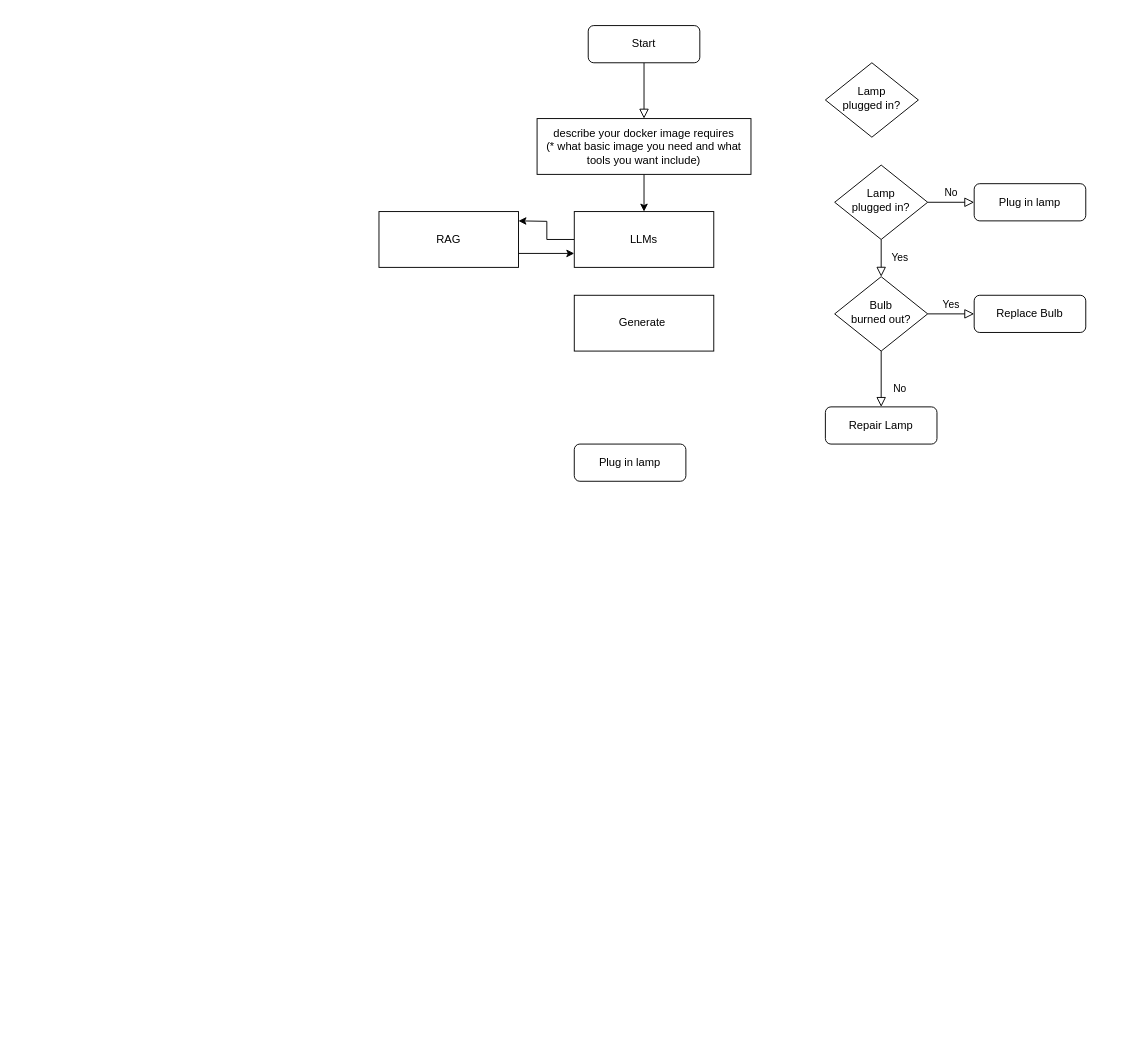
Before: Pipline/Untitled Diagram.drawio in oasisnoehub/DevOps, a draw.io diagram. Source tidied: cells renumbered, new cells numbered last; positions are measured from the earlier drawing's top-left corner, leaving out a move shared by most shapes. Both pictures are drawn from the tidied source at 93%, with x=0, y=0 at pixel (379, 25).
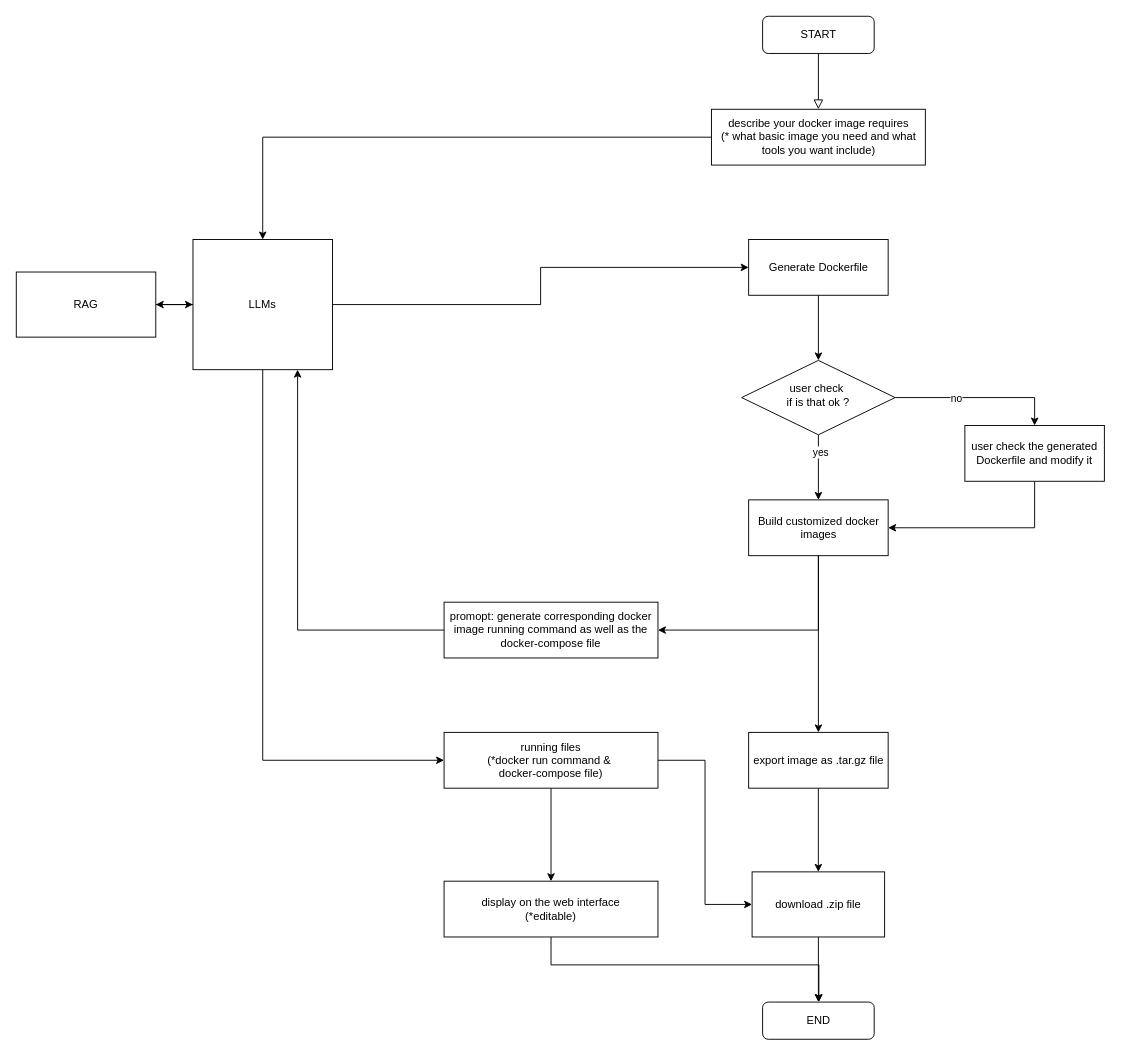
Above is the later version.

Diff of the diagram source:
```diff
@@
-    <mxCell id="3" value="Start" style="rounded=1;whiteSpace=wrap;html=1;fontSize=12;glass=0;strokeWidth=1;shadow=0;" parent="1" vertex="1">
-      <mxGeometry x="225" width="120" height="40" as="geometry" />
+    <mxCell id="3" value="START" style="rounded=1;whiteSpace=wrap;html=1;fontSize=12;glass=0;strokeWidth=1;shadow=0;" parent="1" vertex="1">
+      <mxGeometry x="412.5" y="-10" width="120" height="40" as="geometry" />
     </mxCell>
-    <mxCell id="4" value="Yes" style="rounded=0;html=1;jettySize=auto;fontSize=11;endArrow=block;endFill=0;endSize=8;strokeWidth=1;shadow=0;labelBackgroundColor=none;edgeStyle=orthogonalEdgeStyle;" parent="1" edge="1" source="6" target="10">
-      <mxGeometry y="20" relative="1" as="geometry" />
-    </mxCell>
-    <mxCell id="5" value="No" style="edgeStyle=orthogonalEdgeStyle;rounded=0;html=1;jettySize=auto;fontSize=11;endArrow=block;endFill=0;endSize=8;strokeWidth=1;shadow=0;labelBackgroundColor=none;" parent="1" edge="1" source="6" target="7">
-      <mxGeometry y="10" relative="1" as="geometry" />
-    </mxCell>
-    <mxCell id="6" value="Lamp&lt;br&gt;plugged in?" style="rhombus;whiteSpace=wrap;html=1;shadow=0;fontFamily=Helvetica;fontSize=12;align=center;strokeWidth=1;spacing=6;spacingTop=-4;" parent="1" vertex="1">
-      <mxGeometry x="490" y="150" width="100" height="80" as="geometry" />
-    </mxCell>
-    <mxCell id="7" value="Plug in lamp" style="rounded=1;whiteSpace=wrap;html=1;fontSize=12;glass=0;strokeWidth=1;shadow=0;" parent="1" vertex="1">
-      <mxGeometry x="640" y="170" width="120" height="40" as="geometry" />
-    </mxCell>
-    <mxCell id="8" value="No" style="rounded=0;html=1;jettySize=auto;fontSize=11;endArrow=block;endFill=0;endSize=8;strokeWidth=1;shadow=0;labelBackgroundColor=none;edgeStyle=orthogonalEdgeStyle;" parent="1" edge="1" source="10" target="11">
-      <mxGeometry x="0.33" y="20" relative="1" as="geometry" />
-    </mxCell>
-    <mxCell id="9" value="Yes" style="edgeStyle=orthogonalEdgeStyle;rounded=0;html=1;jettySize=auto;fontSize=11;endArrow=block;endFill=0;endSize=8;strokeWidth=1;shadow=0;labelBackgroundColor=none;" parent="1" edge="1" source="10" target="12">
-      <mxGeometry y="10" relative="1" as="geometry" />
-    </mxCell>
-    <mxCell id="10" value="Bulb&lt;br&gt;burned out?" style="rhombus;whiteSpace=wrap;html=1;shadow=0;fontFamily=Helvetica;fontSize=12;align=center;strokeWidth=1;spacing=6;spacingTop=-4;" parent="1" vertex="1">
-      <mxGeometry x="490" y="270" width="100" height="80" as="geometry" />
-    </mxCell>
-    <mxCell id="11" value="Repair Lamp" style="rounded=1;whiteSpace=wrap;html=1;fontSize=12;glass=0;strokeWidth=1;shadow=0;" parent="1" vertex="1">
-      <mxGeometry x="480" y="410" width="120" height="40" as="geometry" />
-    </mxCell>
-    <mxCell id="12" value="Replace Bulb" style="rounded=1;whiteSpace=wrap;html=1;fontSize=12;glass=0;strokeWidth=1;shadow=0;" parent="1" vertex="1">
-      <mxGeometry x="640" y="290" width="120" height="40" as="geometry" />
-    </mxCell>
@@
     <mxCell id="14" value="describe your docker image requires&lt;div&gt;(* what basic image you need and what tools you want include)&lt;/div&gt;" style="rounded=0;whiteSpace=wrap;html=1;" parent="1" vertex="1">
-      <mxGeometry x="170" y="100" width="230" height="60" as="geometry" />
+      <mxGeometry x="357.5" y="90" width="230" height="60" as="geometry" />
     </mxCell>
-    <mxCell id="15" value="Plug in lamp" style="rounded=1;whiteSpace=wrap;html=1;fontSize=12;glass=0;strokeWidth=1;shadow=0;" parent="1" vertex="1">
-      <mxGeometry x="210" y="450" width="120" height="40" as="geometry" />
+    <mxCell id="15" value="END" style="rounded=1;whiteSpace=wrap;html=1;fontSize=12;glass=0;strokeWidth=1;shadow=0;" parent="1" vertex="1">
+      <mxGeometry x="412.5" y="1050" width="120" height="40" as="geometry" />
     </mxCell>
-    <mxCell id="16" value="Lamp&lt;br&gt;plugged in?" style="rhombus;whiteSpace=wrap;html=1;shadow=0;fontFamily=Helvetica;fontSize=12;align=center;strokeWidth=1;spacing=6;spacingTop=-4;" parent="1" vertex="1">
-      <mxGeometry x="480" y="40" width="100" height="80" as="geometry" />
-    </mxCell>
-    <mxCell id="17" style="edgeStyle=orthogonalEdgeStyle;rounded=0;jettySize=auto;html=1;" parent="1" edge="1" source="18">
-      <mxGeometry relative="1" as="geometry">
-        <mxPoint x="150" y="210" as="targetPoint" />
-      </mxGeometry>
-    </mxCell>
+    <mxCell id="22" style="edgeStyle=orthogonalEdgeStyle;rounded=0;jettySize=auto;html=1;entryX=0;entryY=0.5;entryDx=0;entryDy=0;" parent="1" edge="1" source="18" target="21">
+      <mxGeometry relative="1" as="geometry" />
+    </mxCell>
+    <mxCell id="23" style="edgeStyle=orthogonalEdgeStyle;rounded=0;jettySize=auto;html=1;entryX=0;entryY=0.5;entryDx=0;entryDy=0;" parent="1" edge="1" source="18" target="42">
+      <mxGeometry relative="1" as="geometry">
+        <Array as="points">
+          <mxPoint x="-125" y="790" />
+        </Array>
+      </mxGeometry>
+    </mxCell>
+    <mxCell id="24" style="edgeStyle=orthogonalEdgeStyle;rounded=0;jettySize=auto;html=1;entryX=1;entryY=0.5;entryDx=0;entryDy=0;" parent="1" edge="1" source="18" target="20">
+      <mxGeometry relative="1" as="geometry" />
+    </mxCell>
     <mxCell id="18" value="LLMs" style="rounded=0;whiteSpace=wrap;html=1;" parent="1" vertex="1">
-      <mxGeometry x="210" y="200" width="150" height="60" as="geometry" />
+      <mxGeometry x="-200" y="230" width="150" height="140" as="geometry" />
     </mxCell>
-    <mxCell id="19" style="edgeStyle=orthogonalEdgeStyle;rounded=0;jettySize=auto;html=1;exitX=1;exitY=0.75;exitDx=0;exitDy=0;entryX=0;entryY=0.75;entryDx=0;entryDy=0;" parent="1" edge="1" source="20" target="18">
+    <mxCell id="19" style="edgeStyle=orthogonalEdgeStyle;rounded=0;jettySize=auto;html=1;entryX=0;entryY=0.5;entryDx=0;entryDy=0;" parent="1" edge="1" source="20" target="18">
       <mxGeometry relative="1" as="geometry" />
     </mxCell>
     <mxCell id="20" value="RAG" style="rounded=0;whiteSpace=wrap;html=1;" parent="1" vertex="1">
-      <mxGeometry y="200" width="150" height="60" as="geometry" />
+      <mxGeometry x="-390" y="265" width="150" height="70" as="geometry" />
     </mxCell>
+    <mxCell id="25" style="edgeStyle=orthogonalEdgeStyle;rounded=0;jettySize=auto;html=1;entryX=0.5;entryY=0;entryDx=0;entryDy=0;" parent="1" edge="1" source="21" target="32">
+      <mxGeometry relative="1" as="geometry" />
+    </mxCell>
-    <mxCell id="21" value="Generate&amp;nbsp;" style="rounded=0;whiteSpace=wrap;html=1;" parent="1" vertex="1">
-      <mxGeometry x="210" y="290" width="150" height="60" as="geometry" />
+    <mxCell id="21" value="Generate Dockerfile" style="rounded=0;whiteSpace=wrap;html=1;" parent="1" vertex="1">
+      <mxGeometry x="397.5" y="230" width="150" height="60" as="geometry" />
     </mxCell>
+    <mxCell id="26" style="edgeStyle=orthogonalEdgeStyle;rounded=0;jettySize=auto;html=1;entryX=1;entryY=0.5;entryDx=0;entryDy=0;exitX=0.5;exitY=1;exitDx=0;exitDy=0;" parent="1" edge="1" source="27" target="34">
+      <mxGeometry relative="1" as="geometry" />
+    </mxCell>
+    <mxCell id="27" value="user check the generated Dockerfile and modify it" style="rounded=0;whiteSpace=wrap;html=1;" parent="1" vertex="1">
+      <mxGeometry x="630" y="430" width="150" height="60" as="geometry" />
+    </mxCell>
+    <mxCell id="28" style="edgeStyle=orthogonalEdgeStyle;rounded=0;jettySize=auto;html=1;entryX=0.5;entryY=0;entryDx=0;entryDy=0;" parent="1" edge="1" source="32" target="34">
+      <mxGeometry relative="1" as="geometry" />
+    </mxCell>
+    <mxCell id="29" value="yes" style="edgeLabel;html=1;align=center;verticalAlign=middle;" parent="28" vertex="1">
+      <mxGeometry x="-0.5" y="2" relative="1" as="geometry" />
+    </mxCell>
+    <mxCell id="30" style="edgeStyle=orthogonalEdgeStyle;rounded=0;jettySize=auto;html=1;entryX=0.5;entryY=0;entryDx=0;entryDy=0;exitX=1;exitY=0.5;exitDx=0;exitDy=0;" parent="1" edge="1" source="32" target="27">
+      <mxGeometry relative="1" as="geometry">
+        <Array as="points">
+          <mxPoint x="705" y="400" />
+        </Array>
+      </mxGeometry>
+    </mxCell>
+    <mxCell id="31" value="no" style="edgeLabel;html=1;align=center;verticalAlign=middle;" parent="30" vertex="1">
+      <mxGeometry x="-0.28" relative="1" as="geometry" />
+    </mxCell>
+    <mxCell id="32" value="user check&amp;nbsp;&lt;div&gt;if is that ok ?&lt;/div&gt;" style="rhombus;whiteSpace=wrap;html=1;shadow=0;fontFamily=Helvetica;fontSize=12;align=center;strokeWidth=1;spacing=6;spacingTop=-4;" parent="1" vertex="1">
+      <mxGeometry x="390" y="360" width="165" height="80" as="geometry" />
+    </mxCell>
+    <mxCell id="33" style="edgeStyle=orthogonalEdgeStyle;rounded=0;jettySize=auto;html=1;" parent="1" edge="1" source="34" target="37">
+      <mxGeometry relative="1" as="geometry" />
+    </mxCell>
+    <mxCell id="34" value="Build customized docker images" style="rounded=0;whiteSpace=wrap;html=1;" parent="1" vertex="1">
+      <mxGeometry x="397.5" y="510" width="150" height="60" as="geometry" />
+    </mxCell>
+    <mxCell id="35" style="edgeStyle=orthogonalEdgeStyle;rounded=0;jettySize=auto;html=1;entryX=1;entryY=0.5;entryDx=0;entryDy=0;exitX=0.5;exitY=1;exitDx=0;exitDy=0;" parent="1" edge="1" source="34" target="39">
+      <mxGeometry relative="1" as="geometry" />
+    </mxCell>
+    <mxCell id="36" style="edgeStyle=orthogonalEdgeStyle;rounded=0;jettySize=auto;html=1;entryX=0.5;entryY=0;entryDx=0;entryDy=0;" parent="1" edge="1" source="37" target="44">
+      <mxGeometry relative="1" as="geometry" />
+    </mxCell>
+    <mxCell id="37" value="export image as .tar.gz file" style="rounded=0;whiteSpace=wrap;html=1;" parent="1" vertex="1">
+      <mxGeometry x="397.5" y="760" width="150" height="60" as="geometry" />
+    </mxCell>
+    <mxCell id="38" style="edgeStyle=orthogonalEdgeStyle;rounded=0;jettySize=auto;html=1;entryX=0.75;entryY=1;entryDx=0;entryDy=0;" parent="1" edge="1" source="39" target="18">
+      <mxGeometry relative="1" as="geometry" />
+    </mxCell>
+    <mxCell id="39" value="promopt: generate corresponding docker image running command as well as the docker-compose file" style="rounded=0;whiteSpace=wrap;html=1;" parent="1" vertex="1">
+      <mxGeometry x="70" y="620" width="230" height="60" as="geometry" />
+    </mxCell>
+    <mxCell id="40" style="edgeStyle=orthogonalEdgeStyle;rounded=0;jettySize=auto;html=1;entryX=0;entryY=0.5;entryDx=0;entryDy=0;" parent="1" edge="1" source="42" target="44">
+      <mxGeometry relative="1" as="geometry" />
+    </mxCell>
+    <mxCell id="41" style="edgeStyle=orthogonalEdgeStyle;rounded=0;jettySize=auto;html=1;entryX=0.5;entryY=0;entryDx=0;entryDy=0;" parent="1" edge="1" source="42" target="46">
+      <mxGeometry relative="1" as="geometry" />
+    </mxCell>
+    <mxCell id="42" value="running files&lt;br&gt;(*docker run command &amp;amp;&amp;nbsp;&lt;div&gt;docker-compose file)&lt;/div&gt;" style="rounded=0;whiteSpace=wrap;html=1;" parent="1" vertex="1">
+      <mxGeometry x="70" y="760" width="230" height="60" as="geometry" />
+    </mxCell>
+    <mxCell id="43" style="edgeStyle=orthogonalEdgeStyle;rounded=0;jettySize=auto;html=1;entryX=0.5;entryY=0;entryDx=0;entryDy=0;" parent="1" edge="1" source="44" target="15">
+      <mxGeometry relative="1" as="geometry" />
+    </mxCell>
+    <mxCell id="44" value="download .zip file" style="rounded=0;whiteSpace=wrap;html=1;" parent="1" vertex="1">
+      <mxGeometry x="401.2" y="910" width="142.5" height="70" as="geometry" />
+    </mxCell>
+    <mxCell id="45" style="edgeStyle=orthogonalEdgeStyle;rounded=0;jettySize=auto;html=1;" parent="1" edge="1" source="46" target="15">
+      <mxGeometry relative="1" as="geometry">
+        <Array as="points">
+          <mxPoint x="185" y="1010" />
+          <mxPoint x="473" y="1010" />
+        </Array>
+      </mxGeometry>
+    </mxCell>
+    <mxCell id="46" value="display on the web interface&lt;br&gt;(*editable)" style="rounded=0;whiteSpace=wrap;html=1;" parent="1" vertex="1">
+      <mxGeometry x="70" y="920" width="230" height="60" as="geometry" />
+    </mxCell>
```
